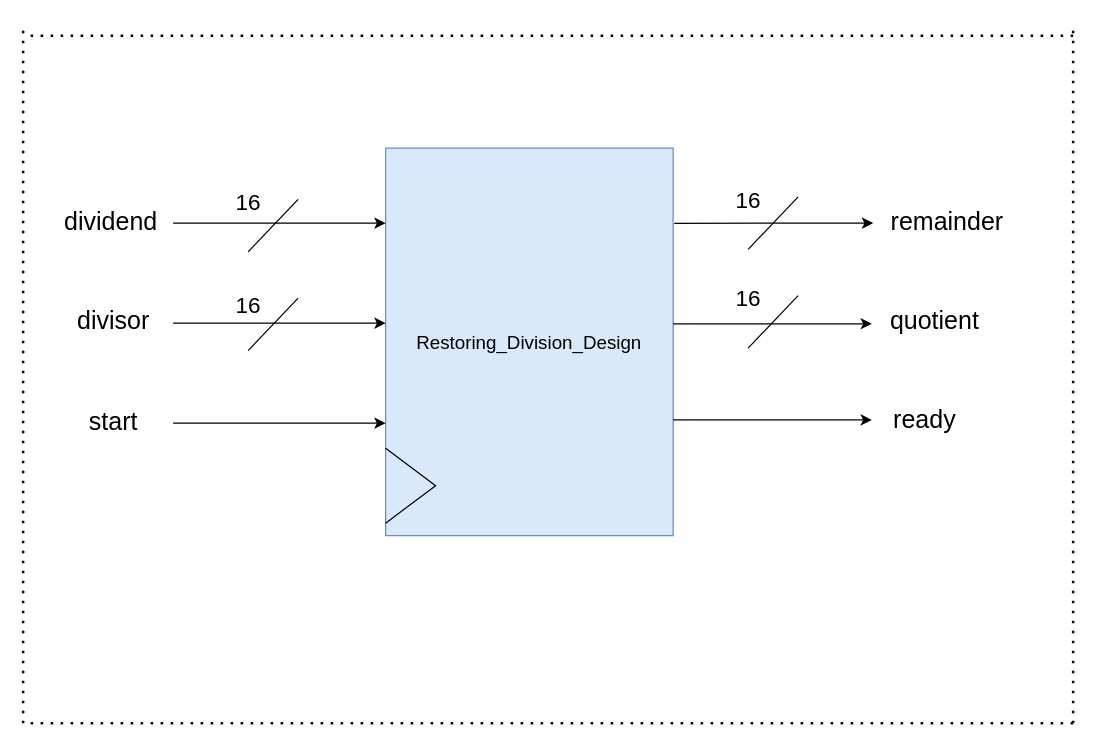
The draw.io diagram Nasir/docs/top_level_restoring_division.drawio in medsuet/Xcelerium-IC-Design-Training, before the edit. Source tidied: cells renumbered, new cells numbered last; positions are measured from the earlier drawing's top-left corner, leaving out a move shared by most shapes. Both pictures are drawn from the tidied source at 125%, with x=0, y=0 at pixel (22, 22).
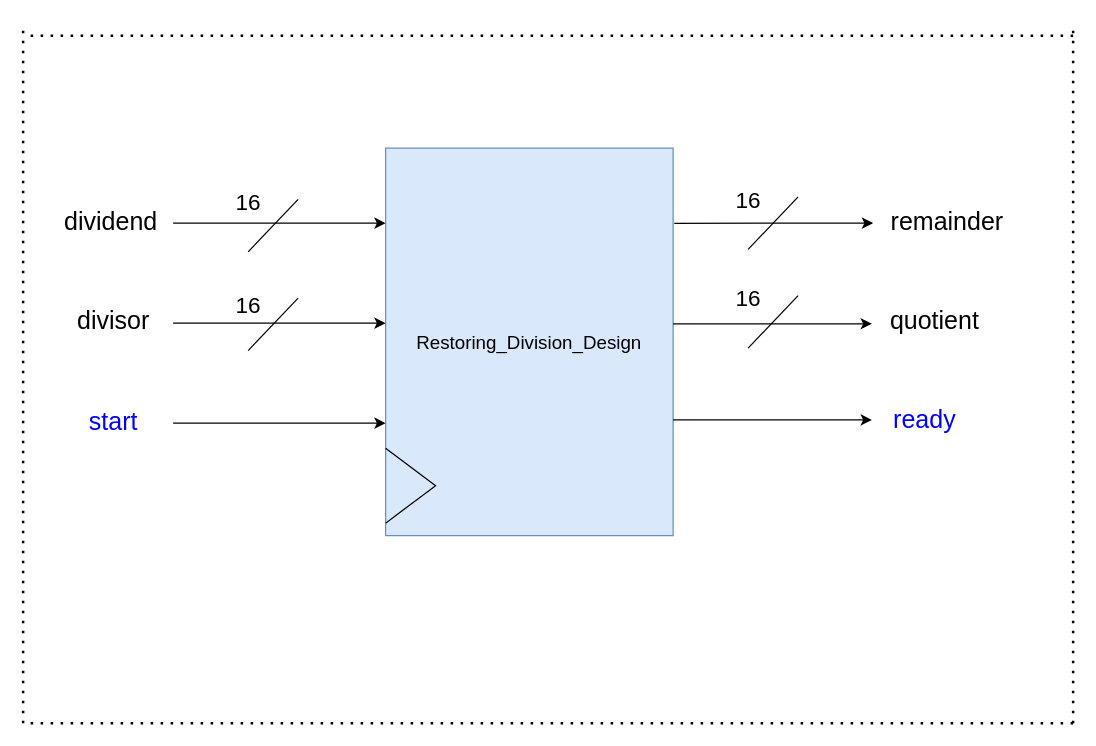
Above is the later version.

What changed in the source:
```diff
@@
-    <mxCell id="8" value="&lt;font style=&quot;font-size: 20px;&quot;&gt;start&lt;/font&gt;" style="text;html=1;align=center;verticalAlign=middle;strokeColor=none;fillColor=none;" parent="1" vertex="1">
+    <mxCell id="8" value="&lt;font color=&quot;#0000ff&quot; style=&quot;font-size: 20px;&quot;&gt;start&lt;/font&gt;" style="text;html=1;align=center;verticalAlign=middle;strokeColor=none;fillColor=none;" parent="1" vertex="1">
       <mxGeometry x="42" y="298" width="60" height="40" as="geometry" />
     </mxCell>
@@
-    <mxCell id="19" value="&lt;font style=&quot;font-size: 20px;&quot;&gt;ready&lt;/font&gt;" style="text;html=1;align=center;verticalAlign=middle;strokeColor=none;fillColor=none;" parent="1" vertex="1">
+    <mxCell id="19" value="&lt;font color=&quot;#0000ff&quot; style=&quot;font-size: 20px;&quot;&gt;ready&lt;/font&gt;" style="text;html=1;align=center;verticalAlign=middle;strokeColor=none;fillColor=none;" parent="1" vertex="1">
       <mxGeometry x="686" y="296" width="70" height="40" as="geometry" />
     </mxCell>
```
